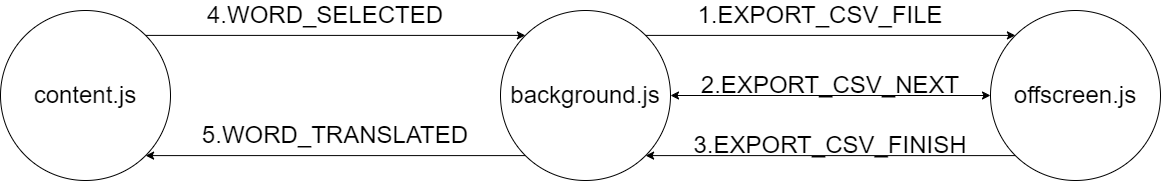
The draw.io diagram docs/messaging_mechanism.png in hencejacki/local-translator, before a commit. Source tidied: cells renumbered, new cells last; positions are measured from the earlier drawing's top-left corner, leaving out a move shared by most shapes. The source it was exported from:
```xml
<mxGraphModel>
  <root>
    <mxCell id="0" />
    <mxCell id="1" parent="0" />
    <mxCell id="2" style="edgeStyle=none;html=1;exitX=1;exitY=0.5;exitDx=0;exitDy=0;entryX=0;entryY=0.5;entryDx=0;entryDy=0;fontSize=24;startArrow=classic;startFill=1;" parent="1" edge="1" source="4" target="6">
      <mxGeometry relative="1" as="geometry" />
    </mxCell>
    <mxCell id="3" style="edgeStyle=none;html=1;exitX=0;exitY=1;exitDx=0;exitDy=0;entryX=1;entryY=1;entryDx=0;entryDy=0;fontSize=24;startArrow=none;startFill=0;" parent="1" edge="1" source="4" target="8">
      <mxGeometry relative="1" as="geometry" />
    </mxCell>
    <mxCell id="4" value="background.js" style="ellipse;whiteSpace=wrap;html=1;fontSize=24;" parent="1" vertex="1">
      <mxGeometry x="500" y="10" width="170" height="170" as="geometry" />
    </mxCell>
    <mxCell id="5" style="edgeStyle=none;html=1;exitX=0;exitY=1;exitDx=0;exitDy=0;entryX=1;entryY=1;entryDx=0;entryDy=0;fontSize=24;" parent="1" edge="1" source="6" target="4">
      <mxGeometry relative="1" as="geometry" />
    </mxCell>
    <mxCell id="6" value="offscreen.js" style="ellipse;whiteSpace=wrap;html=1;fontSize=24;" parent="1" vertex="1">
      <mxGeometry x="990" y="10" width="170" height="170" as="geometry" />
    </mxCell>
    <mxCell id="7" style="edgeStyle=none;html=1;exitX=1;exitY=0;exitDx=0;exitDy=0;entryX=0;entryY=0;entryDx=0;entryDy=0;fontSize=24;startArrow=none;startFill=0;" parent="1" edge="1" source="8" target="4">
      <mxGeometry relative="1" as="geometry" />
    </mxCell>
    <mxCell id="8" value="content.js" style="ellipse;whiteSpace=wrap;html=1;fontSize=24;" parent="1" vertex="1">
      <mxGeometry y="10" width="170" height="170" as="geometry" />
    </mxCell>
    <mxCell id="9" style="endArrow=classic;html=1;fontSize=24;exitX=1;exitY=0;exitDx=0;exitDy=0;entryX=0;entryY=0;entryDx=0;entryDy=0;" parent="1" edge="1" source="4" target="6">
      <mxGeometry relative="1" as="geometry" />
    </mxCell>
    <mxCell id="10" value="1.EXPORT_CSV_FILE" style="text;html=1;strokeColor=none;fillColor=none;align=center;verticalAlign=middle;whiteSpace=wrap;rounded=0;fontSize=24;" parent="1" vertex="1">
      <mxGeometry x="690" width="260" height="30" as="geometry" />
    </mxCell>
    <mxCell id="11" value="2.EXPORT_CSV_NEXT" style="text;html=1;strokeColor=none;fillColor=none;align=center;verticalAlign=middle;whiteSpace=wrap;rounded=0;fontSize=24;" parent="1" vertex="1">
      <mxGeometry x="700" y="70" width="260" height="30" as="geometry" />
    </mxCell>
    <mxCell id="12" value="3.EXPORT_CSV_FINISH" style="text;html=1;strokeColor=none;fillColor=none;align=center;verticalAlign=middle;whiteSpace=wrap;rounded=0;fontSize=24;" parent="1" vertex="1">
      <mxGeometry x="695" y="130" width="270" height="30" as="geometry" />
    </mxCell>
    <mxCell id="13" value="4.WORD_SELECTED" style="text;html=1;strokeColor=none;fillColor=none;align=center;verticalAlign=middle;whiteSpace=wrap;rounded=0;fontSize=24;" parent="1" vertex="1">
      <mxGeometry x="190" width="270" height="30" as="geometry" />
    </mxCell>
    <mxCell id="14" value="5.WORD_TRANSLATED" style="text;html=1;strokeColor=none;fillColor=none;align=center;verticalAlign=middle;whiteSpace=wrap;rounded=0;fontSize=24;" parent="1" vertex="1">
      <mxGeometry x="200" y="120" width="270" height="30" as="geometry" />
    </mxCell>
  </root>
</mxGraphModel>
```
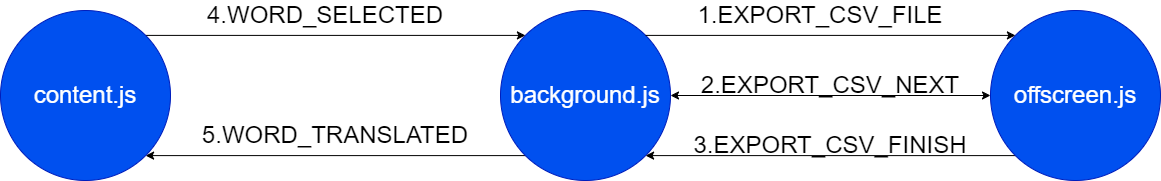
The same file after the commit.

What changed in the source:
```diff
@@ -1,4 +1,4 @@
-<mxGraphModel>
+<mxGraphModel background="#ffffff">
   <root>
     <mxCell id="0" />
     <mxCell id="1" parent="0" />
@@ -8,19 +8,19 @@
     <mxCell id="3" style="edgeStyle=none;html=1;exitX=0;exitY=1;exitDx=0;exitDy=0;entryX=1;entryY=1;entryDx=0;entryDy=0;fontSize=24;startArrow=none;startFill=0;" parent="1" edge="1" source="4" target="8">
       <mxGeometry relative="1" as="geometry" />
     </mxCell>
-    <mxCell id="4" value="background.js" style="ellipse;whiteSpace=wrap;html=1;fontSize=24;" parent="1" vertex="1">
+    <mxCell id="4" value="background.js" style="ellipse;whiteSpace=wrap;html=1;fontSize=24;fillColor=#0050ef;fontColor=#ffffff;strokeColor=#001DBC;" parent="1" vertex="1">
       <mxGeometry x="500" y="10" width="170" height="170" as="geometry" />
     </mxCell>
     <mxCell id="5" style="edgeStyle=none;html=1;exitX=0;exitY=1;exitDx=0;exitDy=0;entryX=1;entryY=1;entryDx=0;entryDy=0;fontSize=24;" parent="1" edge="1" source="6" target="4">
       <mxGeometry relative="1" as="geometry" />
     </mxCell>
-    <mxCell id="6" value="offscreen.js" style="ellipse;whiteSpace=wrap;html=1;fontSize=24;" parent="1" vertex="1">
+    <mxCell id="6" value="offscreen.js" style="ellipse;whiteSpace=wrap;html=1;fontSize=24;fillColor=#0050ef;fontColor=#ffffff;strokeColor=#001DBC;" parent="1" vertex="1">
       <mxGeometry x="990" y="10" width="170" height="170" as="geometry" />
     </mxCell>
     <mxCell id="7" style="edgeStyle=none;html=1;exitX=1;exitY=0;exitDx=0;exitDy=0;entryX=0;entryY=0;entryDx=0;entryDy=0;fontSize=24;startArrow=none;startFill=0;" parent="1" edge="1" source="8" target="4">
       <mxGeometry relative="1" as="geometry" />
     </mxCell>
-    <mxCell id="8" value="content.js" style="ellipse;whiteSpace=wrap;html=1;fontSize=24;" parent="1" vertex="1">
+    <mxCell id="8" value="content.js" style="ellipse;whiteSpace=wrap;html=1;fontSize=24;fillColor=#0050ef;fontColor=#ffffff;strokeColor=#001DBC;" parent="1" vertex="1">
       <mxGeometry y="10" width="170" height="170" as="geometry" />
     </mxCell>
     <mxCell id="9" style="endArrow=classic;html=1;fontSize=24;exitX=1;exitY=0;exitDx=0;exitDy=0;entryX=0;entryY=0;entryDx=0;entryDy=0;" parent="1" edge="1" source="4" target="6">
```
